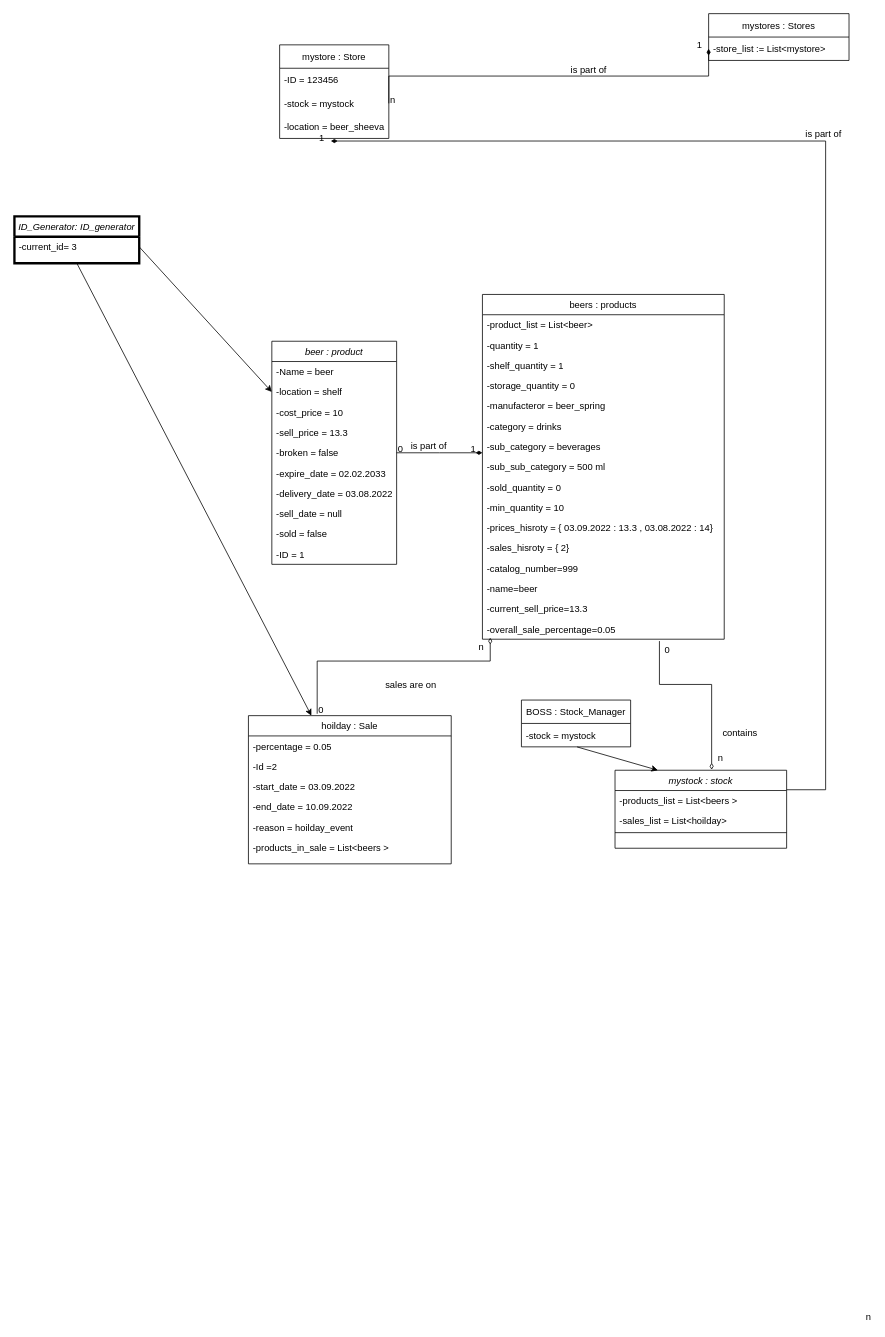
The draw.io diagram docs/object_case_1.drawio in idanlobel/nitutz, before the edit. Source tidied: cells renumbered, new cells numbered last; positions are measured from the earlier drawing's top-left corner, leaving out a move shared by most shapes. Both pictures are drawn from the tidied source at 78%, with x=0, y=0 at pixel (14, 13).
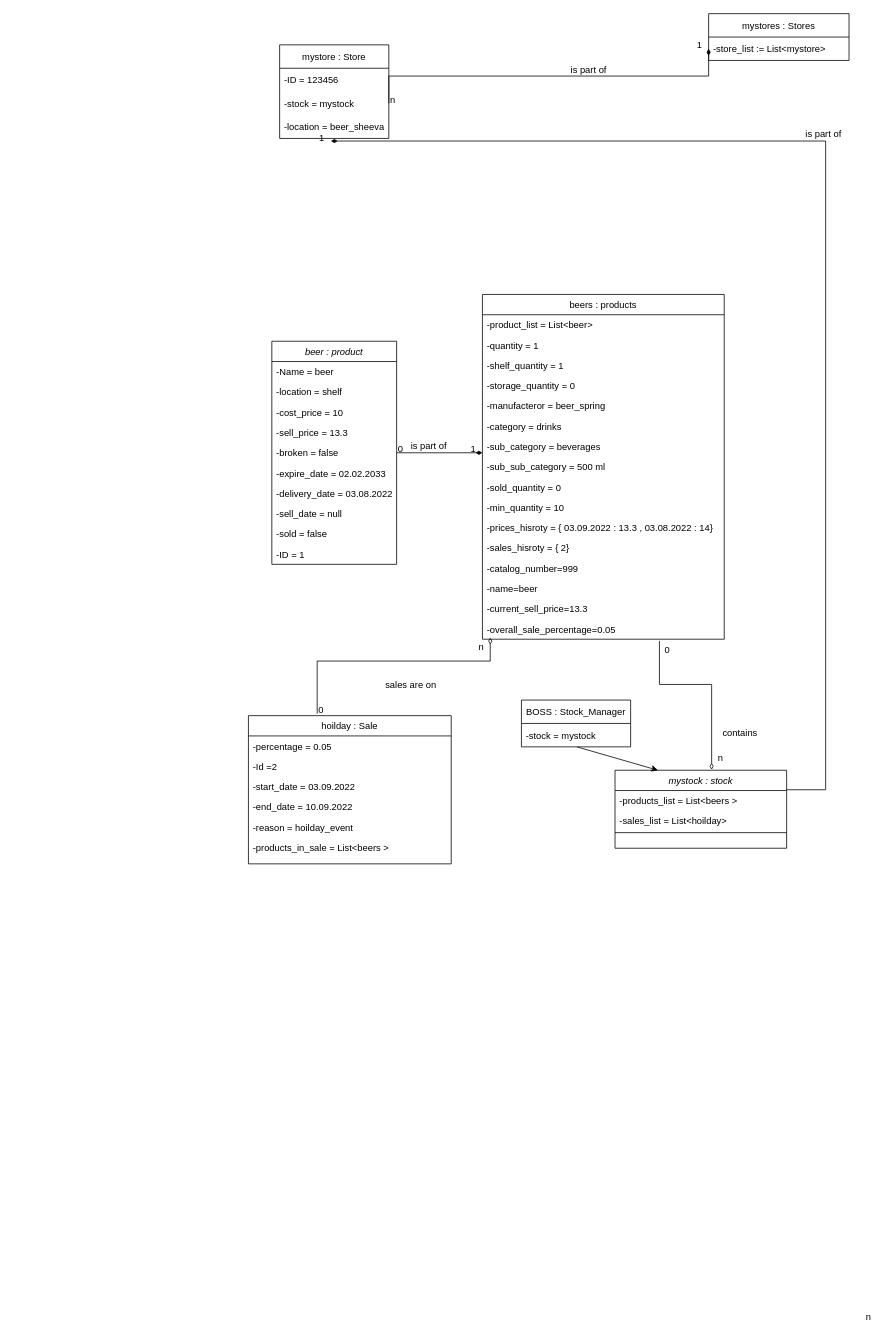
Above is the later version.

Commit message (it also covers changes not shown here):
add sales_history_dao

Unchanged cells that the change refers to:
```xml
<mxCell id="4" value="-location = shelf" style="text;align=left;verticalAlign=top;spacingLeft=4;spacingRight=4;overflow=hidden;points=[[0,0.5],[1,0.5]];portConstraint=eastwest;rounded=0;shadow=0;html=0;fontColor=#000000;" parent="2" vertex="1">
  <mxGeometry y="52" width="160" height="26" as="geometry" />
</mxCell>
<mxCell id="38" value="hoilday : Sale" style="swimlane;fontStyle=0;align=center;verticalAlign=top;horizontal=1;startSize=26;rounded=0;shadow=0;strokeWidth=1;" parent="1" vertex="1">
  <mxGeometry x="300" y="900" width="260" height="190" as="geometry" />
</mxCell>
```

Diff of the diagram source:
```diff
@@
-    <mxCell id="70" value="ID_Generator: ID_generator" style="swimlane;fontStyle=2;align=center;verticalAlign=top;horizontal=1;startSize=26;rounded=0;shadow=0;strokeWidth=3;" parent="1" vertex="1">
-      <mxGeometry y="260" width="160" height="60" as="geometry" />
-    </mxCell>
-    <mxCell id="71" value="-current_id= 3" style="text;align=left;verticalAlign=top;spacingLeft=4;spacingRight=4;overflow=hidden;points=[[0,0.5],[1,0.5]];portConstraint=eastwest;" parent="70" vertex="1">
-      <mxGeometry y="26" width="160" height="26" as="geometry" />
-    </mxCell>
-    <mxCell id="72" style="endArrow=classic;html=1;rounded=0;exitX=1;exitY=0.5;exitDx=0;exitDy=0;entryX=0;entryY=0.5;entryDx=0;entryDy=0;" parent="1" edge="1" source="71" target="4">
-      <mxGeometry relative="1" as="geometry" />
-    </mxCell>
-    <mxCell id="73" style="endArrow=classic;html=1;rounded=0;exitX=0.5;exitY=1;exitDx=0;exitDy=0;" parent="1" edge="1" source="70" target="38">
-      <mxGeometry relative="1" as="geometry" />
-    </mxCell>
```
